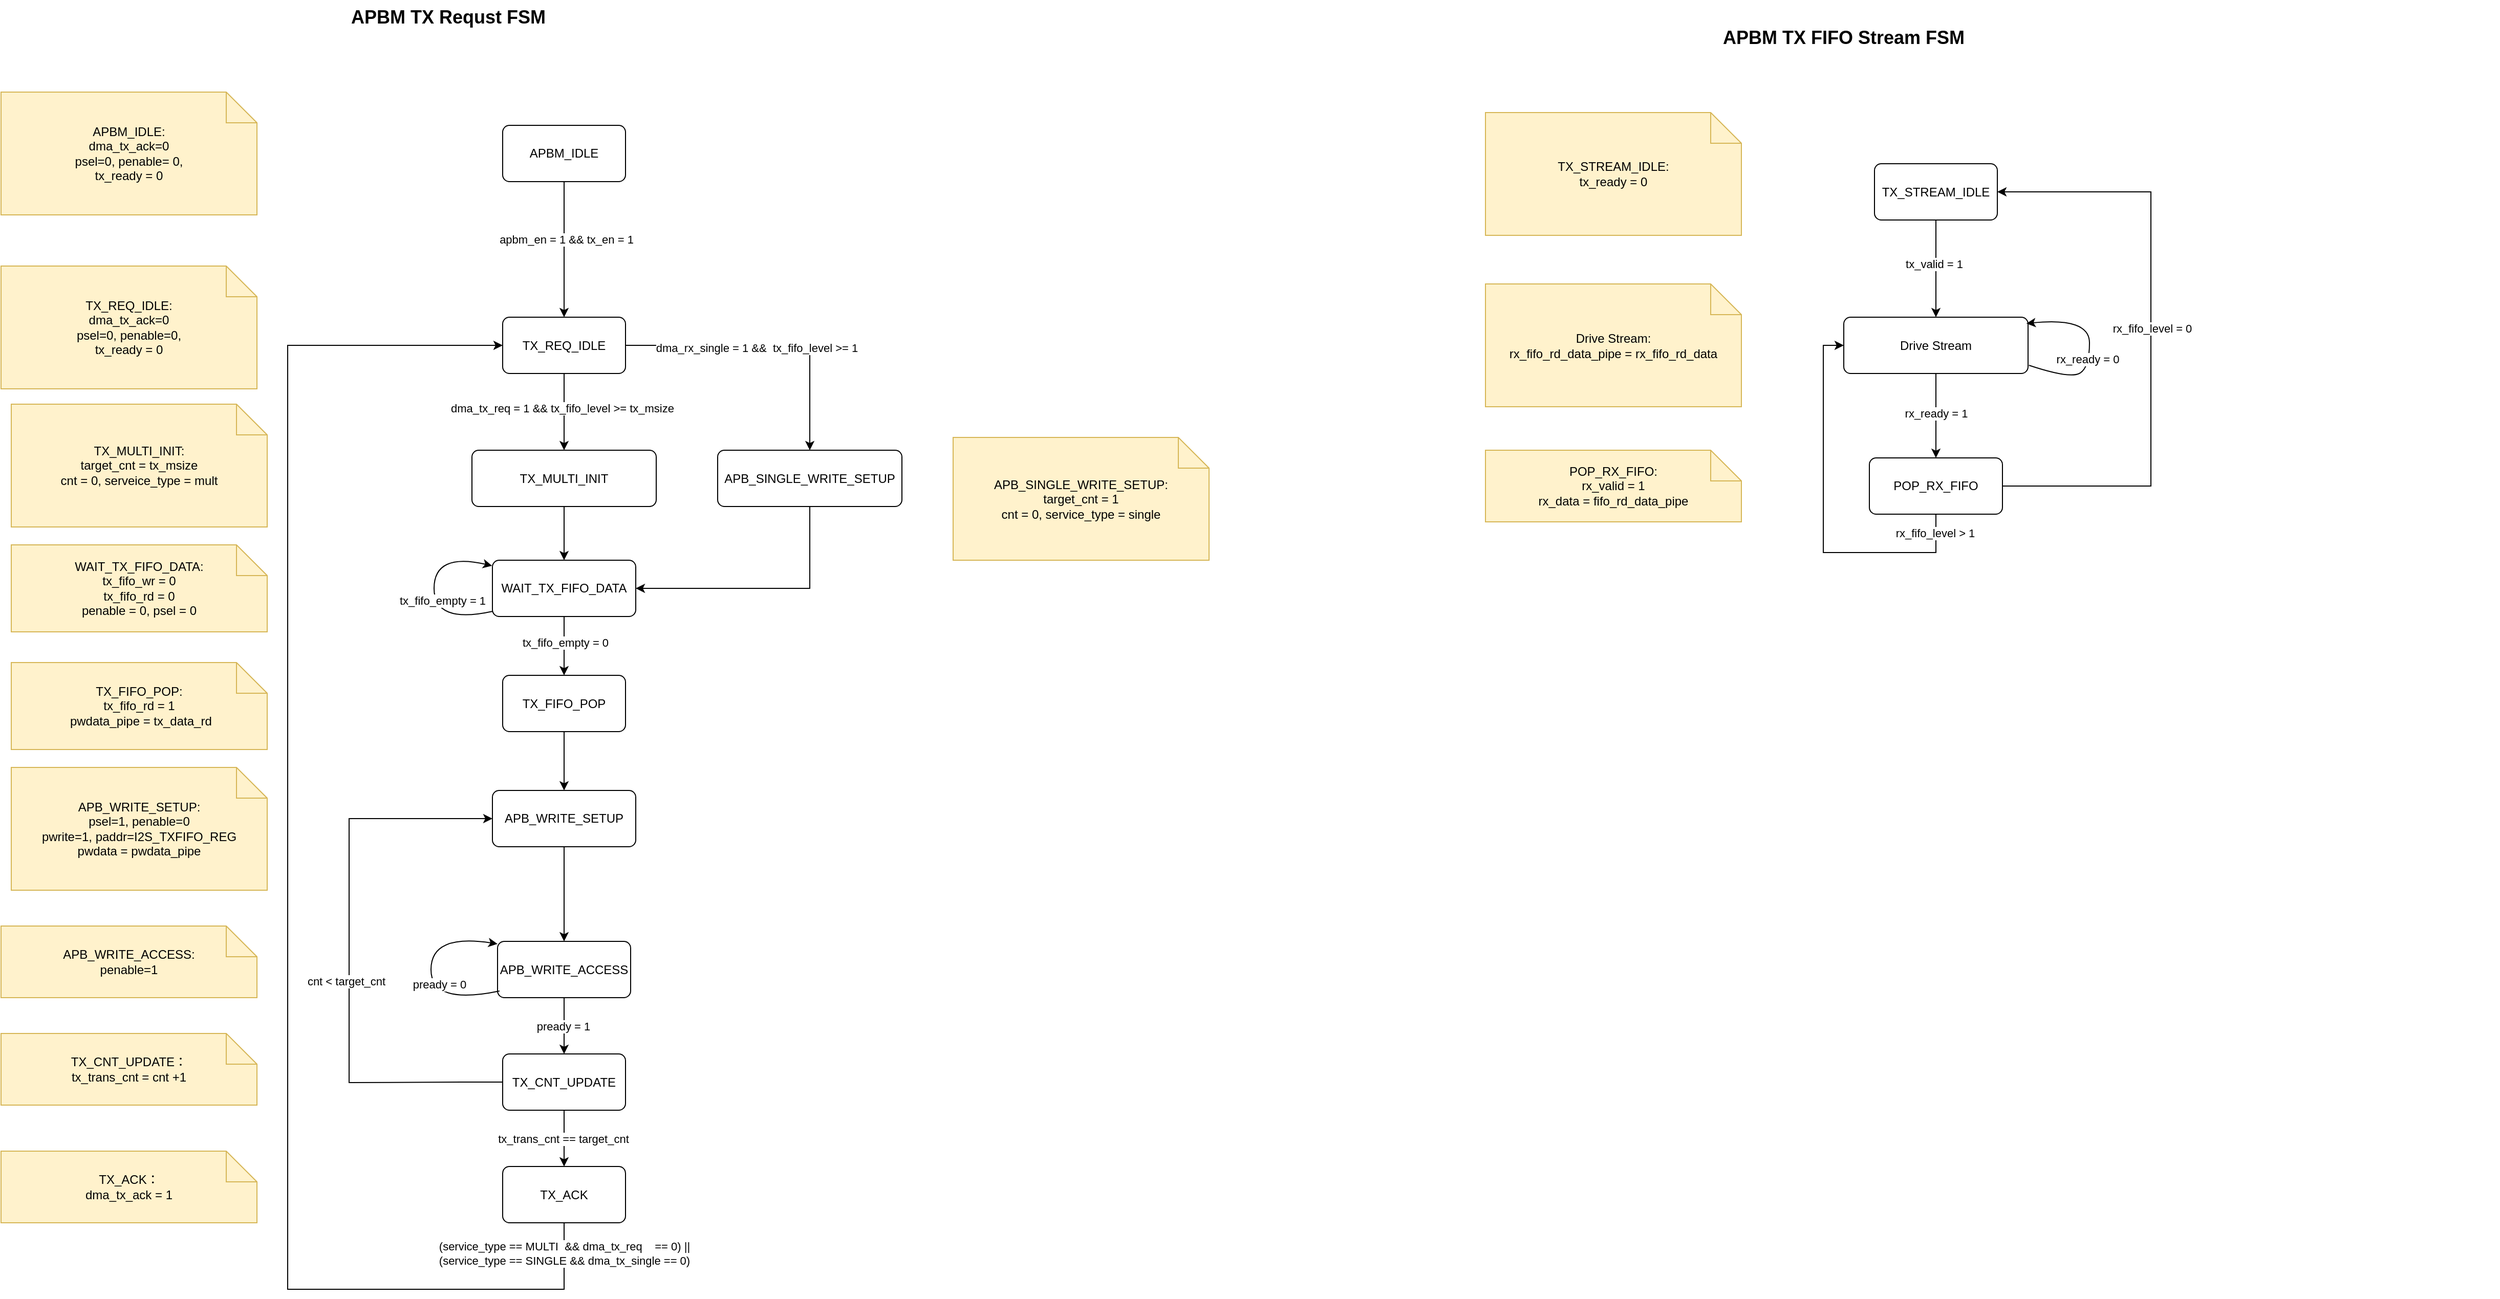
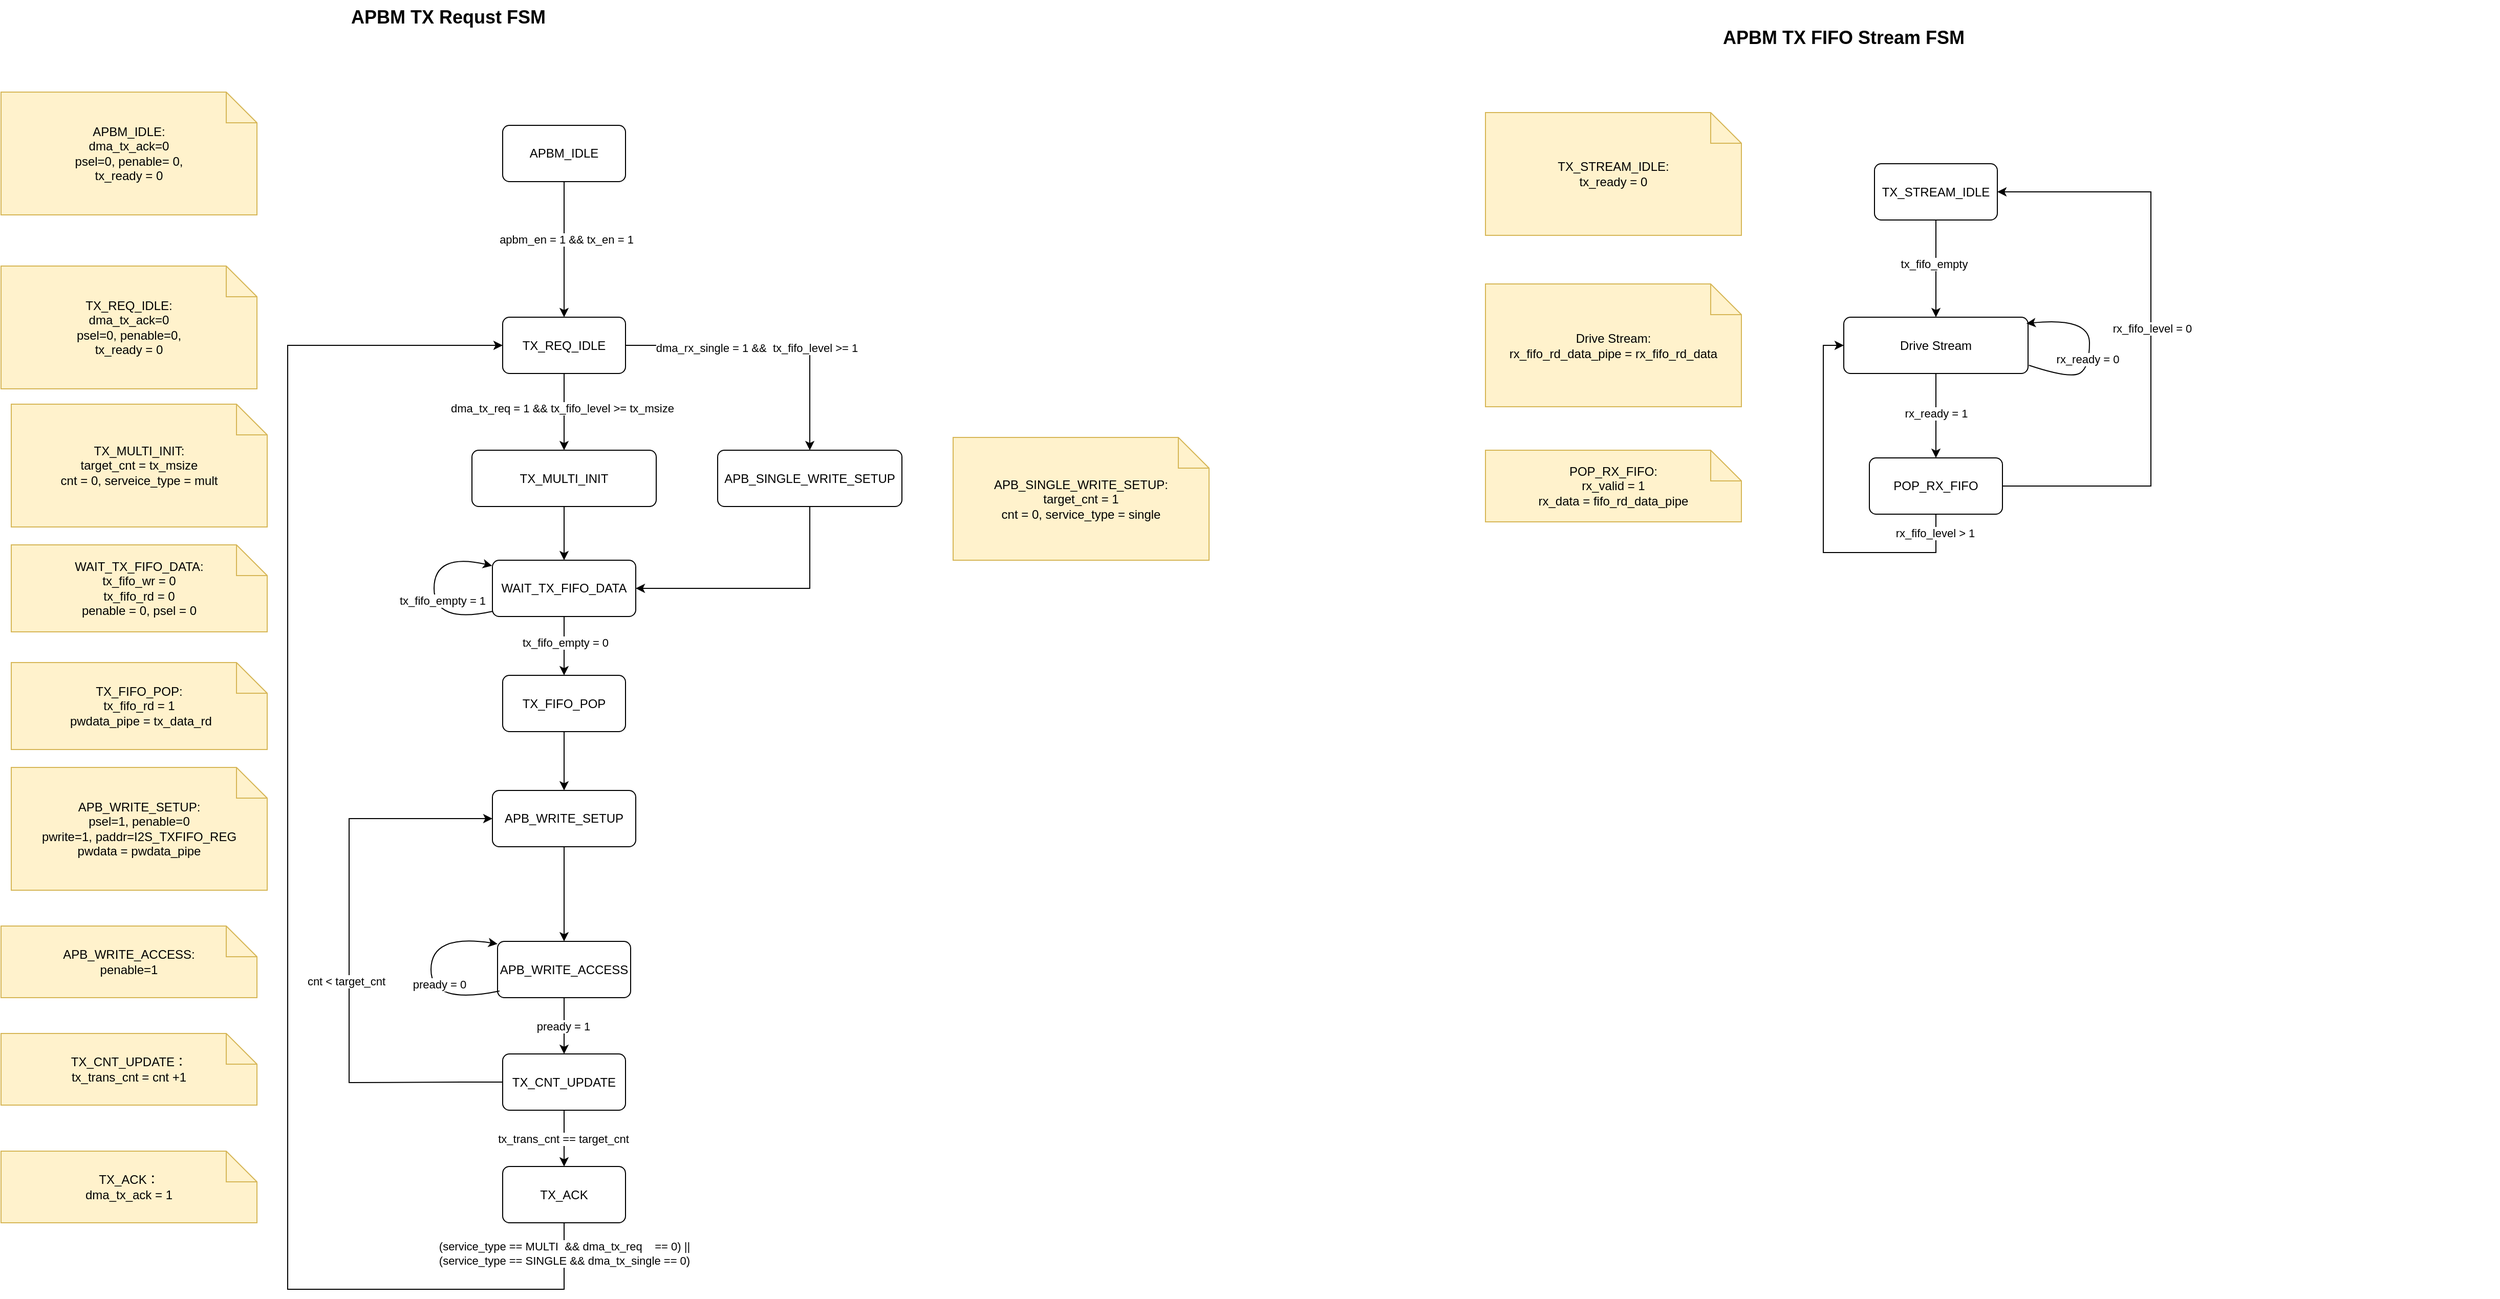
<mxfile host="app.diagrams.net">
  <diagram name="第 1 页" id="fH5n9Me7nUtPE_JYtTzi">
    <mxGraphModel dx="704" dy="397" grid="1" gridSize="10" guides="1" tooltips="1" connect="1" arrows="1" fold="1" page="1" pageScale="1" pageWidth="827" pageHeight="1169" math="0" shadow="0">
      <root>
        <mxCell id="0" />
        <mxCell id="1" parent="0" />
        <mxCell id="Ly1VW1kiYANL2SHkxWqd-1" parent="1" style="text;html=1;strokeColor=none;fillColor=none;fontSize=18;fontStyle=1;" value="APBM TX Requst FSM&amp;nbsp;&amp;nbsp;" vertex="1">
          <mxGeometry height="40" width="760" x="810" y="130" as="geometry" />
        </mxCell>
        <mxCell id="Ly1VW1kiYANL2SHkxWqd-2" parent="1" style="rounded=1;whiteSpace=wrap;html=1;arcSize=12;fillColor=#ffffff;strokeColor=#000000;" value="TX_REQ_IDLE" vertex="1">
          <mxGeometry height="55" width="120" x="960" y="440" as="geometry" />
        </mxCell>
        <mxCell id="Ly1VW1kiYANL2SHkxWqd-3" parent="1" style="rounded=1;whiteSpace=wrap;html=1;arcSize=12;fillColor=#ffffff;strokeColor=#000000;" value="APB_WRITE_SETUP" vertex="1">
          <mxGeometry height="55" width="140" x="950" y="902.5" as="geometry" />
        </mxCell>
        <mxCell id="Ly1VW1kiYANL2SHkxWqd-4" edge="1" parent="1" source="Ly1VW1kiYANL2SHkxWqd-2" style="endArrow=classic;html=1;rounded=0;exitX=0.5;exitY=1;exitDx=0;exitDy=0;entryX=0.5;entryY=0;entryDx=0;entryDy=0;" target="Ly1VW1kiYANL2SHkxWqd-40" value="">
          <mxGeometry height="50" relative="1" width="50" as="geometry">
            <mxPoint x="1040" y="560" as="sourcePoint" />
            <mxPoint x="1020" y="570" as="targetPoint" />
          </mxGeometry>
        </mxCell>
        <mxCell id="Ly1VW1kiYANL2SHkxWqd-5" connectable="0" parent="Ly1VW1kiYANL2SHkxWqd-4" style="edgeLabel;html=1;align=center;verticalAlign=middle;resizable=0;points=[];" value="dma_tx_req = 1 &amp;amp;&amp;amp; tx_fifo_level &amp;gt;= tx_msize" vertex="1">
          <mxGeometry relative="1" x="-0.0927" y="-2" as="geometry">
            <mxPoint as="offset" />
          </mxGeometry>
        </mxCell>
        <mxCell id="Ly1VW1kiYANL2SHkxWqd-6" parent="1" style="shape=note;whiteSpace=wrap;html=1;fillColor=#fff2cc;strokeColor=#d6b656;" value="APB_WRITE_SETUP:&lt;div&gt;psel=1, penable=0&lt;br&gt;pwrite=1, paddr=I2S_TXFIFO_REG&lt;/div&gt;&lt;div&gt;pwdata = pwdata_pipe&lt;/div&gt;" vertex="1">
          <mxGeometry height="120" width="250" x="480" y="880" as="geometry" />
        </mxCell>
        <mxCell id="Ly1VW1kiYANL2SHkxWqd-7" parent="1" style="rounded=1;whiteSpace=wrap;html=1;arcSize=12;fillColor=#ffffff;strokeColor=#000000;" value="APB_WRITE_ACCESS" vertex="1">
          <mxGeometry height="55" width="130" x="955" y="1050" as="geometry" />
        </mxCell>
        <mxCell id="Ly1VW1kiYANL2SHkxWqd-8" edge="1" parent="1" source="Ly1VW1kiYANL2SHkxWqd-3" style="endArrow=classic;html=1;rounded=0;exitX=0.5;exitY=1;exitDx=0;exitDy=0;entryX=0.5;entryY=0;entryDx=0;entryDy=0;" target="Ly1VW1kiYANL2SHkxWqd-7" value="">
          <mxGeometry height="50" relative="1" width="50" as="geometry">
            <mxPoint x="1030" y="1032.5" as="sourcePoint" />
            <mxPoint x="1080" y="982.5" as="targetPoint" />
          </mxGeometry>
        </mxCell>
        <mxCell id="Ly1VW1kiYANL2SHkxWqd-9" parent="1" style="shape=note;whiteSpace=wrap;html=1;fillColor=#fff2cc;strokeColor=#d6b656;" value="APB_WRITE_ACCESS:&lt;br&gt;penable=1" vertex="1">
          <mxGeometry height="70" width="250" x="470" y="1035" as="geometry" />
        </mxCell>
        <mxCell id="Ly1VW1kiYANL2SHkxWqd-10" edge="1" parent="1" source="Ly1VW1kiYANL2SHkxWqd-7" style="curved=1;endArrow=classic;html=1;rounded=0;exitX=0.015;exitY=0.881;exitDx=0;exitDy=0;entryX=0;entryY=0;entryDx=0;entryDy=0;exitPerimeter=0;" value="">
          <mxGeometry height="50" relative="1" width="50" as="geometry">
            <Array as="points">
              <mxPoint x="890" y="1112.5" />
              <mxPoint x="890" y="1042.5" />
            </Array>
            <mxPoint x="955" y="1107.5" as="sourcePoint" />
            <mxPoint x="955" y="1052.5" as="targetPoint" />
          </mxGeometry>
        </mxCell>
        <mxCell id="Ly1VW1kiYANL2SHkxWqd-11" connectable="0" parent="Ly1VW1kiYANL2SHkxWqd-10" style="edgeLabel;html=1;align=center;verticalAlign=middle;resizable=0;points=[];" value="pready = 0" vertex="1">
          <mxGeometry relative="1" x="-0.1215" y="-8" as="geometry">
            <mxPoint as="offset" />
          </mxGeometry>
        </mxCell>
        <mxCell id="Ly1VW1kiYANL2SHkxWqd-12" parent="1" style="rounded=1;whiteSpace=wrap;html=1;arcSize=12;fillColor=#ffffff;strokeColor=#000000;" value="WAIT_TX_FIFO_DATA" vertex="1">
          <mxGeometry height="55" width="140" x="950" y="677.5" as="geometry" />
        </mxCell>
        <mxCell id="Ly1VW1kiYANL2SHkxWqd-13" edge="1" parent="1" source="Ly1VW1kiYANL2SHkxWqd-7" style="endArrow=classic;html=1;rounded=0;exitX=0.5;exitY=1;exitDx=0;exitDy=0;entryX=0.5;entryY=0;entryDx=0;entryDy=0;" target="Ly1VW1kiYANL2SHkxWqd-47" value="">
          <mxGeometry height="50" relative="1" width="50" as="geometry">
            <mxPoint x="1010" y="1182.5" as="sourcePoint" />
            <mxPoint x="1020" y="1150" as="targetPoint" />
          </mxGeometry>
        </mxCell>
        <mxCell id="Ly1VW1kiYANL2SHkxWqd-14" connectable="0" parent="Ly1VW1kiYANL2SHkxWqd-13" style="edgeLabel;html=1;align=center;verticalAlign=middle;resizable=0;points=[];" value="pready = 1" vertex="1">
          <mxGeometry relative="1" x="0.0089" y="-1" as="geometry">
            <mxPoint as="offset" />
          </mxGeometry>
        </mxCell>
        <mxCell id="Ly1VW1kiYANL2SHkxWqd-15" parent="1" style="shape=note;whiteSpace=wrap;html=1;fillColor=#fff2cc;strokeColor=#d6b656;" value="WAIT_TX_FIFO_DATA:&lt;div&gt;tx_fifo_wr = 0&lt;/div&gt;&lt;div&gt;tx_fifo_rd = 0&lt;br&gt;&lt;/div&gt;&lt;div&gt;penable = 0, psel = 0&lt;/div&gt;" vertex="1">
          <mxGeometry height="85" width="250" x="480" y="662.5" as="geometry" />
        </mxCell>
        <mxCell id="Ly1VW1kiYANL2SHkxWqd-16" parent="1" style="rounded=1;whiteSpace=wrap;html=1;arcSize=12;fillColor=#ffffff;strokeColor=#000000;" value="TX_ACK" vertex="1">
          <mxGeometry height="55" width="120" x="960" y="1270" as="geometry" />
        </mxCell>
        <mxCell id="Ly1VW1kiYANL2SHkxWqd-17" edge="1" parent="1" source="Ly1VW1kiYANL2SHkxWqd-47" style="endArrow=classic;html=1;rounded=0;exitX=0.5;exitY=1;exitDx=0;exitDy=0;entryX=0.5;entryY=0;entryDx=0;entryDy=0;" target="Ly1VW1kiYANL2SHkxWqd-16" value="">
          <mxGeometry height="50" relative="1" width="50" as="geometry">
            <mxPoint x="1150.3600000000001" y="1105" as="sourcePoint" />
            <mxPoint x="1150" y="1140" as="targetPoint" />
          </mxGeometry>
        </mxCell>
        <mxCell id="Ly1VW1kiYANL2SHkxWqd-18" connectable="0" parent="Ly1VW1kiYANL2SHkxWqd-17" style="edgeLabel;html=1;align=center;verticalAlign=middle;resizable=0;points=[];" value="tx_trans_cnt == target_cnt" vertex="1">
          <mxGeometry relative="1" x="0.0089" y="-1" as="geometry">
            <mxPoint as="offset" />
          </mxGeometry>
        </mxCell>
        <mxCell id="Ly1VW1kiYANL2SHkxWqd-19" parent="1" style="shape=note;whiteSpace=wrap;html=1;fillColor=#fff2cc;strokeColor=#d6b656;" value="TX_ACK：&lt;div&gt;dma_tx_ack = 1&lt;/div&gt;" vertex="1">
          <mxGeometry height="70" width="250" x="470" y="1255" as="geometry" />
        </mxCell>
        <mxCell id="Ly1VW1kiYANL2SHkxWqd-20" parent="1" style="shape=note;whiteSpace=wrap;html=1;fillColor=#fff2cc;strokeColor=#d6b656;" value="TX_REQ_IDLE:&lt;div&gt;dma_tx_ack=0&lt;/div&gt;&lt;div&gt;psel=0, penable=0,&lt;br&gt;&lt;/div&gt;&lt;div&gt;tx_ready = 0&lt;br&gt;&lt;/div&gt;" vertex="1">
          <mxGeometry height="120" width="250" x="470" y="390" as="geometry" />
        </mxCell>
        <mxCell id="Ly1VW1kiYANL2SHkxWqd-21" edge="1" parent="1" source="Ly1VW1kiYANL2SHkxWqd-16" style="endArrow=classic;html=1;rounded=0;exitX=0.5;exitY=1;exitDx=0;exitDy=0;edgeStyle=orthogonalEdgeStyle;entryX=0;entryY=0.5;entryDx=0;entryDy=0;" target="Ly1VW1kiYANL2SHkxWqd-2" value="">
          <mxGeometry height="50" relative="1" width="50" as="geometry">
            <Array as="points">
              <mxPoint x="1020" y="1390" />
              <mxPoint x="750" y="1390" />
              <mxPoint x="750" y="467" />
            </Array>
            <mxPoint x="909.95" y="1052.5" as="sourcePoint" />
            <mxPoint x="850" y="465" as="targetPoint" />
          </mxGeometry>
        </mxCell>
        <mxCell id="Ly1VW1kiYANL2SHkxWqd-22" connectable="0" parent="Ly1VW1kiYANL2SHkxWqd-21" style="edgeLabel;html=1;align=center;verticalAlign=middle;resizable=0;points=[];" value="&lt;div&gt;(service_type == MULTI&amp;nbsp; &amp;amp;&amp;amp; dma_tx_req&amp;nbsp; &amp;nbsp; == 0) ||&lt;/div&gt;&lt;div&gt;(service_type == SINGLE &amp;amp;&amp;amp; dma_tx_single == 0)&lt;/div&gt;" vertex="1">
          <mxGeometry relative="1" x="-0.9589" as="geometry">
            <mxPoint as="offset" />
          </mxGeometry>
        </mxCell>
        <mxCell id="Ly1VW1kiYANL2SHkxWqd-23" edge="1" parent="1" source="Ly1VW1kiYANL2SHkxWqd-2" style="endArrow=classic;html=1;rounded=0;exitX=1;exitY=0.5;exitDx=0;exitDy=0;edgeStyle=orthogonalEdgeStyle;entryX=0.5;entryY=0;entryDx=0;entryDy=0;" target="Ly1VW1kiYANL2SHkxWqd-25" value="">
          <mxGeometry height="50" relative="1" width="50" as="geometry">
            <mxPoint x="1250" y="540" as="sourcePoint" />
            <mxPoint x="1260" y="560" as="targetPoint" />
          </mxGeometry>
        </mxCell>
        <mxCell id="Ly1VW1kiYANL2SHkxWqd-24" connectable="0" parent="Ly1VW1kiYANL2SHkxWqd-23" style="edgeLabel;html=1;align=center;verticalAlign=middle;resizable=0;points=[];" value="dma_rx_single = 1 &amp;amp;&amp;amp;&amp;nbsp; tx_fifo_level &amp;gt;= 1" vertex="1">
          <mxGeometry relative="1" x="-0.0927" y="-2" as="geometry">
            <mxPoint as="offset" />
          </mxGeometry>
        </mxCell>
        <mxCell id="Ly1VW1kiYANL2SHkxWqd-25" parent="1" style="rounded=1;whiteSpace=wrap;html=1;arcSize=12;fillColor=#ffffff;strokeColor=#000000;" value="APB_SINGLE_WRITE_SETUP" vertex="1">
          <mxGeometry height="55" width="180" x="1170" y="570" as="geometry" />
        </mxCell>
        <mxCell id="Ly1VW1kiYANL2SHkxWqd-26" parent="1" style="shape=note;whiteSpace=wrap;html=1;fillColor=#fff2cc;strokeColor=#d6b656;" value="APB_SINGLE_WRITE_SETUP:&lt;div&gt;target_cnt = 1&lt;br&gt;cnt = 0, service_type = single&lt;/div&gt;" vertex="1">
          <mxGeometry height="120" width="250" x="1400" y="557.5" as="geometry" />
        </mxCell>
        <mxCell id="Ly1VW1kiYANL2SHkxWqd-27" edge="1" parent="1" source="Ly1VW1kiYANL2SHkxWqd-25" style="endArrow=classic;html=1;rounded=0;exitX=0.5;exitY=1;exitDx=0;exitDy=0;edgeStyle=orthogonalEdgeStyle;entryX=1;entryY=0.5;entryDx=0;entryDy=0;" target="Ly1VW1kiYANL2SHkxWqd-12" value="">
          <mxGeometry height="50" relative="1" width="50" as="geometry">
            <mxPoint x="1230" y="950" as="sourcePoint" />
            <mxPoint x="1210" y="680" as="targetPoint" />
          </mxGeometry>
        </mxCell>
        <mxCell id="Ly1VW1kiYANL2SHkxWqd-28" parent="1" style="rounded=1;whiteSpace=wrap;html=1;arcSize=12;fillColor=#ffffff;strokeColor=#000000;" value="TX_FIFO_POP" vertex="1">
          <mxGeometry height="55" width="120" x="960" y="790" as="geometry" />
        </mxCell>
        <mxCell id="Ly1VW1kiYANL2SHkxWqd-29" edge="1" parent="1" source="Ly1VW1kiYANL2SHkxWqd-12" style="endArrow=classic;html=1;rounded=0;exitX=0.5;exitY=1;exitDx=0;exitDy=0;entryX=0.5;entryY=0;entryDx=0;entryDy=0;" target="Ly1VW1kiYANL2SHkxWqd-28" value="">
          <mxGeometry height="50" relative="1" width="50" as="geometry">
            <mxPoint x="1090" y="797.5" as="sourcePoint" />
            <mxPoint x="1040" y="787.5" as="targetPoint" />
          </mxGeometry>
        </mxCell>
        <mxCell id="Ly1VW1kiYANL2SHkxWqd-30" connectable="0" parent="Ly1VW1kiYANL2SHkxWqd-29" style="edgeLabel;html=1;align=center;verticalAlign=middle;resizable=0;points=[];" value="tx_fifo_empty = 0" vertex="1">
          <mxGeometry relative="1" x="-0.1138" y="1" as="geometry">
            <mxPoint as="offset" />
          </mxGeometry>
        </mxCell>
        <mxCell id="Ly1VW1kiYANL2SHkxWqd-31" edge="1" parent="1" style="curved=1;endArrow=classic;html=1;rounded=0;entryX=-0.002;entryY=0.099;entryDx=0;entryDy=0;entryPerimeter=0;" target="Ly1VW1kiYANL2SHkxWqd-12" value="">
          <mxGeometry height="50" relative="1" width="50" as="geometry">
            <Array as="points">
              <mxPoint x="893" y="740" />
              <mxPoint x="893" y="670" />
            </Array>
            <mxPoint x="950" y="727.5" as="sourcePoint" />
            <mxPoint x="958" y="680" as="targetPoint" />
          </mxGeometry>
        </mxCell>
        <mxCell id="Ly1VW1kiYANL2SHkxWqd-32" connectable="0" parent="Ly1VW1kiYANL2SHkxWqd-31" style="edgeLabel;html=1;align=center;verticalAlign=middle;resizable=0;points=[];" value="tx_fifo_empty = 1" vertex="1">
          <mxGeometry relative="1" x="-0.1215" y="-8" as="geometry">
            <mxPoint as="offset" />
          </mxGeometry>
        </mxCell>
        <mxCell id="Ly1VW1kiYANL2SHkxWqd-33" parent="1" style="shape=note;whiteSpace=wrap;html=1;fillColor=#fff2cc;strokeColor=#d6b656;" value="TX_FIFO_POP:&lt;div&gt;tx_fifo_rd = 1&lt;br&gt;&lt;div&gt;&amp;nbsp;pwdata_pipe = tx_data_rd&lt;/div&gt;&lt;/div&gt;" vertex="1">
          <mxGeometry height="85" width="250" x="480" y="777.5" as="geometry" />
        </mxCell>
        <mxCell id="Ly1VW1kiYANL2SHkxWqd-34" parent="1" style="rounded=1;whiteSpace=wrap;html=1;arcSize=12;fillColor=#ffffff;strokeColor=#000000;" value="APBM_IDLE" vertex="1">
          <mxGeometry height="55" width="120" x="960" y="252.5" as="geometry" />
        </mxCell>
        <mxCell id="Ly1VW1kiYANL2SHkxWqd-35" edge="1" parent="1" source="Ly1VW1kiYANL2SHkxWqd-34" style="endArrow=classic;html=1;rounded=0;exitX=0.5;exitY=1;exitDx=0;exitDy=0;" target="Ly1VW1kiYANL2SHkxWqd-2" value="">
          <mxGeometry height="50" relative="1" width="50" as="geometry">
            <mxPoint x="1060" y="360" as="sourcePoint" />
            <mxPoint x="1110" y="310" as="targetPoint" />
          </mxGeometry>
        </mxCell>
        <mxCell id="Ly1VW1kiYANL2SHkxWqd-36" connectable="0" parent="Ly1VW1kiYANL2SHkxWqd-35" style="edgeLabel;html=1;align=center;verticalAlign=middle;resizable=0;points=[];" value="apbm_en = 1 &amp;amp;&amp;amp; tx_en = 1" vertex="1">
          <mxGeometry relative="1" x="-0.1446" y="2" as="geometry">
            <mxPoint as="offset" />
          </mxGeometry>
        </mxCell>
        <mxCell id="Ly1VW1kiYANL2SHkxWqd-37" parent="1" style="shape=note;whiteSpace=wrap;html=1;fillColor=#fff2cc;strokeColor=#d6b656;" value="APBM_IDLE:&lt;div&gt;dma_tx_ack=0&lt;/div&gt;&lt;div&gt;psel=0, penable= 0,&lt;br&gt;&lt;/div&gt;&lt;div&gt;tx_ready = 0&lt;/div&gt;" vertex="1">
          <mxGeometry height="120" width="250" x="470" y="220" as="geometry" />
        </mxCell>
        <mxCell id="Ly1VW1kiYANL2SHkxWqd-38" edge="1" parent="1" source="Ly1VW1kiYANL2SHkxWqd-47" style="endArrow=classic;html=1;rounded=0;edgeStyle=orthogonalEdgeStyle;entryX=0;entryY=0.5;entryDx=0;entryDy=0;exitX=0;exitY=0.5;exitDx=0;exitDy=0;" target="Ly1VW1kiYANL2SHkxWqd-3" value="">
          <mxGeometry height="50" relative="1" width="50" as="geometry">
            <Array as="points">
              <mxPoint x="920" y="1187" />
              <mxPoint x="810" y="1188" />
              <mxPoint x="810" y="930" />
            </Array>
            <mxPoint x="920" y="1150" as="sourcePoint" />
            <mxPoint x="800" y="810" as="targetPoint" />
          </mxGeometry>
        </mxCell>
        <mxCell id="Ly1VW1kiYANL2SHkxWqd-39" connectable="0" parent="Ly1VW1kiYANL2SHkxWqd-38" style="edgeLabel;html=1;align=center;verticalAlign=middle;resizable=0;points=[];" value="cnt &amp;lt; target_cnt" vertex="1">
          <mxGeometry relative="1" x="-0.0902" y="3" as="geometry">
            <mxPoint as="offset" />
          </mxGeometry>
        </mxCell>
        <mxCell id="Ly1VW1kiYANL2SHkxWqd-40" parent="1" style="rounded=1;whiteSpace=wrap;html=1;arcSize=12;fillColor=#ffffff;strokeColor=#000000;" value="TX_MULTI_INIT" vertex="1">
          <mxGeometry height="55" width="180" x="930" y="570" as="geometry" />
        </mxCell>
        <mxCell id="Ly1VW1kiYANL2SHkxWqd-41" edge="1" parent="1" source="Ly1VW1kiYANL2SHkxWqd-40" style="endArrow=classic;html=1;rounded=0;exitX=0.5;exitY=1;exitDx=0;exitDy=0;entryX=0.5;entryY=0;entryDx=0;entryDy=0;" target="Ly1VW1kiYANL2SHkxWqd-12" value="">
          <mxGeometry height="50" relative="1" width="50" as="geometry">
            <mxPoint x="1010" y="640" as="sourcePoint" />
            <mxPoint x="1020" y="670" as="targetPoint" />
          </mxGeometry>
        </mxCell>
        <mxCell id="Ly1VW1kiYANL2SHkxWqd-42" parent="1" style="shape=note;whiteSpace=wrap;html=1;fillColor=#fff2cc;strokeColor=#d6b656;" value="TX_MULTI_INIT:&lt;div&gt;target_cnt = tx_msize&lt;br&gt;cnt = 0, serveice_type = mult&lt;/div&gt;" vertex="1">
          <mxGeometry height="120" width="250" x="480" y="525" as="geometry" />
        </mxCell>
        <mxCell id="Ly1VW1kiYANL2SHkxWqd-45" edge="1" parent="1" source="Ly1VW1kiYANL2SHkxWqd-28" style="endArrow=classic;html=1;rounded=0;exitX=0.5;exitY=1;exitDx=0;exitDy=0;" target="Ly1VW1kiYANL2SHkxWqd-3" value="">
          <mxGeometry height="50" relative="1" width="50" as="geometry">
            <mxPoint x="1019.5699999999999" y="845" as="sourcePoint" />
            <mxPoint x="1019.5699999999999" y="902" as="targetPoint" />
          </mxGeometry>
        </mxCell>
        <mxCell id="Ly1VW1kiYANL2SHkxWqd-47" parent="1" style="rounded=1;whiteSpace=wrap;html=1;arcSize=12;fillColor=#ffffff;strokeColor=#000000;" value="TX_CNT_UPDATE" vertex="1">
          <mxGeometry height="55" width="120" x="960" y="1160" as="geometry" />
        </mxCell>
        <mxCell id="Ly1VW1kiYANL2SHkxWqd-48" parent="1" style="shape=note;whiteSpace=wrap;html=1;fillColor=#fff2cc;strokeColor=#d6b656;" value="TX_CNT_UPDATE：&lt;div&gt;tx_trans_cnt = cnt +1&lt;/div&gt;" vertex="1">
          <mxGeometry height="70" width="250" x="470" y="1140" as="geometry" />
        </mxCell>
        <mxCell id="Ly1VW1kiYANL2SHkxWqd-49" parent="1" style="text;html=1;strokeColor=none;fillColor=none;fontSize=18;fontStyle=1;" value="APBM TX FIFO Stream FSM&amp;nbsp;&amp;nbsp;" vertex="1">
          <mxGeometry height="40" width="760" x="2150" y="150" as="geometry" />
        </mxCell>
        <mxCell id="Ly1VW1kiYANL2SHkxWqd-50" parent="1" style="rounded=1;whiteSpace=wrap;html=1;arcSize=12;fillColor=#ffffff;strokeColor=#000000;" value="TX_STREAM_IDLE" vertex="1">
          <mxGeometry height="55" width="120" x="2300" y="290" as="geometry" />
        </mxCell>
        <mxCell id="Ly1VW1kiYANL2SHkxWqd-51" parent="1" style="rounded=1;whiteSpace=wrap;html=1;arcSize=12;fillColor=#ffffff;strokeColor=#000000;" value="Drive Stream" vertex="1">
          <mxGeometry height="55" width="180" x="2270" y="440" as="geometry" />
        </mxCell>
        <mxCell id="Ly1VW1kiYANL2SHkxWqd-52" edge="1" parent="1" source="Ly1VW1kiYANL2SHkxWqd-50" style="endArrow=classic;html=1;rounded=0;exitX=0.5;exitY=1;exitDx=0;exitDy=0;entryX=0.5;entryY=0;entryDx=0;entryDy=0;" target="Ly1VW1kiYANL2SHkxWqd-51" value="">
          <mxGeometry height="50" relative="1" width="50" as="geometry">
            <mxPoint x="2380" y="410" as="sourcePoint" />
            <mxPoint x="2430" y="360" as="targetPoint" />
          </mxGeometry>
        </mxCell>
-         <mxCell id="Ly1VW1kiYANL2SHkxWqd-53" connectable="0" parent="Ly1VW1kiYANL2SHkxWqd-52" style="edgeLabel;html=1;align=center;verticalAlign=middle;resizable=0;points=[];" value="tx_valid = 1" vertex="1">
+         <mxCell id="Ly1VW1kiYANL2SHkxWqd-53" connectable="0" parent="Ly1VW1kiYANL2SHkxWqd-52" style="edgeLabel;html=1;align=center;verticalAlign=middle;resizable=0;points=[];" value="tx_fifo_empty" vertex="1">
          <mxGeometry relative="1" x="-0.0927" y="-2" as="geometry">
            <mxPoint as="offset" />
          </mxGeometry>
        </mxCell>
        <mxCell id="Ly1VW1kiYANL2SHkxWqd-54" parent="1" style="shape=note;whiteSpace=wrap;html=1;fillColor=#fff2cc;strokeColor=#d6b656;" value="Drive Stream:&lt;div&gt;rx_fifo_rd_data_pipe = rx_fifo_rd_data&lt;br&gt;&lt;/div&gt;" vertex="1">
          <mxGeometry height="120" width="250" x="1920" y="407.5" as="geometry" />
        </mxCell>
        <mxCell id="Ly1VW1kiYANL2SHkxWqd-55" parent="1" style="rounded=1;whiteSpace=wrap;html=1;arcSize=12;fillColor=#ffffff;strokeColor=#000000;" value="POP_RX_FIFO" vertex="1">
          <mxGeometry height="55" width="130" x="2295" y="577.5" as="geometry" />
        </mxCell>
        <mxCell id="Ly1VW1kiYANL2SHkxWqd-56" edge="1" parent="1" source="Ly1VW1kiYANL2SHkxWqd-51" style="endArrow=classic;html=1;rounded=0;exitX=0.5;exitY=1;exitDx=0;exitDy=0;entryX=0.5;entryY=0;entryDx=0;entryDy=0;" target="Ly1VW1kiYANL2SHkxWqd-55" value="">
          <mxGeometry height="50" relative="1" width="50" as="geometry">
            <mxPoint x="2370" y="560" as="sourcePoint" />
            <mxPoint x="2420" y="510" as="targetPoint" />
          </mxGeometry>
        </mxCell>
        <mxCell id="Ly1VW1kiYANL2SHkxWqd-57" connectable="0" parent="Ly1VW1kiYANL2SHkxWqd-56" style="edgeLabel;html=1;align=center;verticalAlign=middle;resizable=0;points=[];" value="rx_ready = 1" vertex="1">
          <mxGeometry relative="1" x="-0.0537" as="geometry">
            <mxPoint as="offset" />
          </mxGeometry>
        </mxCell>
        <mxCell id="Ly1VW1kiYANL2SHkxWqd-58" parent="1" style="shape=note;whiteSpace=wrap;html=1;fillColor=#fff2cc;strokeColor=#d6b656;" value="POP_RX_FIFO:&lt;div&gt;rx_valid = 1&lt;/div&gt;&lt;div&gt;rx_data = fifo_rd_data_pipe&lt;/div&gt;" vertex="1">
          <mxGeometry height="70" width="250" x="1920" y="570" as="geometry" />
        </mxCell>
        <mxCell id="Ly1VW1kiYANL2SHkxWqd-59" parent="1" style="shape=note;whiteSpace=wrap;html=1;fillColor=#fff2cc;strokeColor=#d6b656;" value="TX_STREAM_IDLE:&lt;div&gt;tx_ready = 0&lt;/div&gt;" vertex="1">
          <mxGeometry height="120" width="250" x="1920" y="240" as="geometry" />
        </mxCell>
        <mxCell id="Ly1VW1kiYANL2SHkxWqd-60" edge="1" parent="1" source="Ly1VW1kiYANL2SHkxWqd-55" style="endArrow=classic;html=1;rounded=0;exitX=0.5;exitY=1;exitDx=0;exitDy=0;entryX=0;entryY=0.5;entryDx=0;entryDy=0;edgeStyle=orthogonalEdgeStyle;" target="Ly1VW1kiYANL2SHkxWqd-51" value="">
          <mxGeometry height="50" relative="1" width="50" as="geometry">
            <Array as="points">
              <mxPoint x="2360" y="670" />
              <mxPoint x="2250" y="670" />
              <mxPoint x="2250" y="468" />
            </Array>
            <mxPoint x="2550" y="570" as="sourcePoint" />
            <mxPoint x="2600" y="520" as="targetPoint" />
          </mxGeometry>
        </mxCell>
        <mxCell id="Ly1VW1kiYANL2SHkxWqd-61" connectable="0" parent="Ly1VW1kiYANL2SHkxWqd-60" style="edgeLabel;html=1;align=center;verticalAlign=middle;resizable=0;points=[];" value="rx_fifo_level &amp;gt; 1" vertex="1">
          <mxGeometry relative="1" x="-0.9016" y="-1" as="geometry">
            <mxPoint as="offset" />
          </mxGeometry>
        </mxCell>
        <mxCell id="Ly1VW1kiYANL2SHkxWqd-62" edge="1" parent="1" source="Ly1VW1kiYANL2SHkxWqd-55" style="endArrow=classic;html=1;rounded=0;exitX=1;exitY=0.5;exitDx=0;exitDy=0;entryX=1;entryY=0.5;entryDx=0;entryDy=0;edgeStyle=orthogonalEdgeStyle;" target="Ly1VW1kiYANL2SHkxWqd-50" value="">
          <mxGeometry height="50" relative="1" width="50" as="geometry">
            <Array as="points">
              <mxPoint x="2570" y="605" />
              <mxPoint x="2570" y="318" />
            </Array>
            <mxPoint x="2510" y="600" as="sourcePoint" />
            <mxPoint x="2560" y="550" as="targetPoint" />
          </mxGeometry>
        </mxCell>
        <mxCell id="Ly1VW1kiYANL2SHkxWqd-63" connectable="0" parent="Ly1VW1kiYANL2SHkxWqd-62" style="edgeLabel;html=1;align=center;verticalAlign=middle;resizable=0;points=[];" value="rx_fifo_level = 0" vertex="1">
          <mxGeometry relative="1" x="0.0267" y="-1" as="geometry">
            <mxPoint as="offset" />
          </mxGeometry>
        </mxCell>
        <mxCell id="Ly1VW1kiYANL2SHkxWqd-64" edge="1" parent="1" source="Ly1VW1kiYANL2SHkxWqd-51" style="curved=1;endArrow=classic;html=1;rounded=0;entryX=0.991;entryY=0.112;entryDx=0;entryDy=0;exitX=1.005;exitY=0.854;exitDx=0;exitDy=0;exitPerimeter=0;entryPerimeter=0;" target="Ly1VW1kiYANL2SHkxWqd-51" value="">
          <mxGeometry height="50" relative="1" width="50" as="geometry">
            <Array as="points">
              <mxPoint x="2490" y="500" />
              <mxPoint x="2510" y="490" />
              <mxPoint x="2510" y="440" />
            </Array>
            <mxPoint x="2460" y="560" as="sourcePoint" />
            <mxPoint x="2510" y="510" as="targetPoint" />
          </mxGeometry>
        </mxCell>
        <mxCell id="Ly1VW1kiYANL2SHkxWqd-65" connectable="0" parent="Ly1VW1kiYANL2SHkxWqd-64" style="edgeLabel;html=1;align=center;verticalAlign=middle;resizable=0;points=[];" value="rx_ready = 0" vertex="1">
          <mxGeometry relative="1" x="-0.1698" y="2" as="geometry">
            <mxPoint as="offset" />
          </mxGeometry>
        </mxCell>
      </root>
    </mxGraphModel>
  </diagram>
</mxfile>
